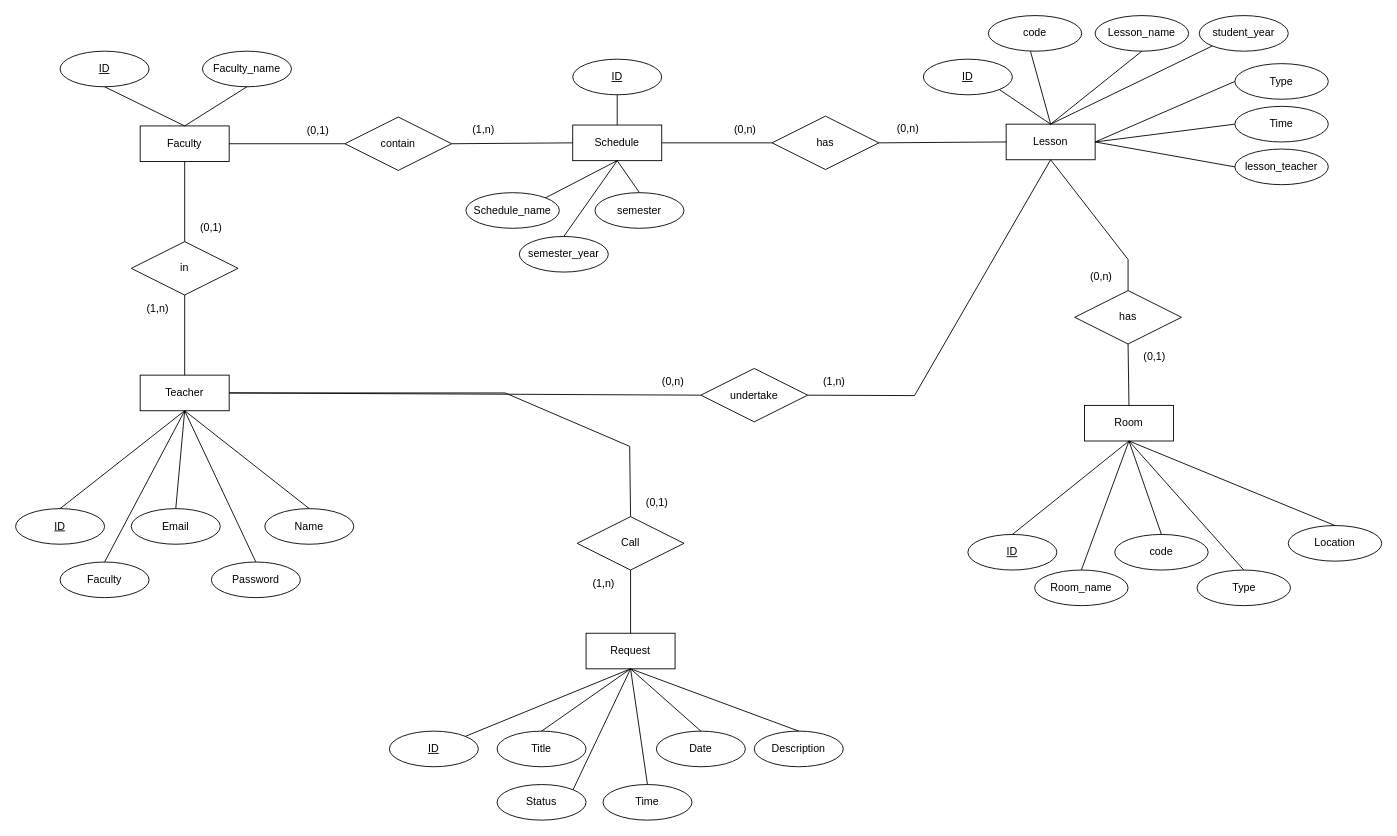
Before: schema/databaseSchema2.drawio in nhatnhighettoan/The-application-automatically-schedules-university-timetables, a draw.io diagram. Source tidied: cells renumbered, new cells numbered last; positions are measured from the earlier drawing's top-left corner, leaving out a move shared by most shapes. Both pictures are drawn from the tidied source at 89%, with x=0, y=0 at pixel (15, 15).
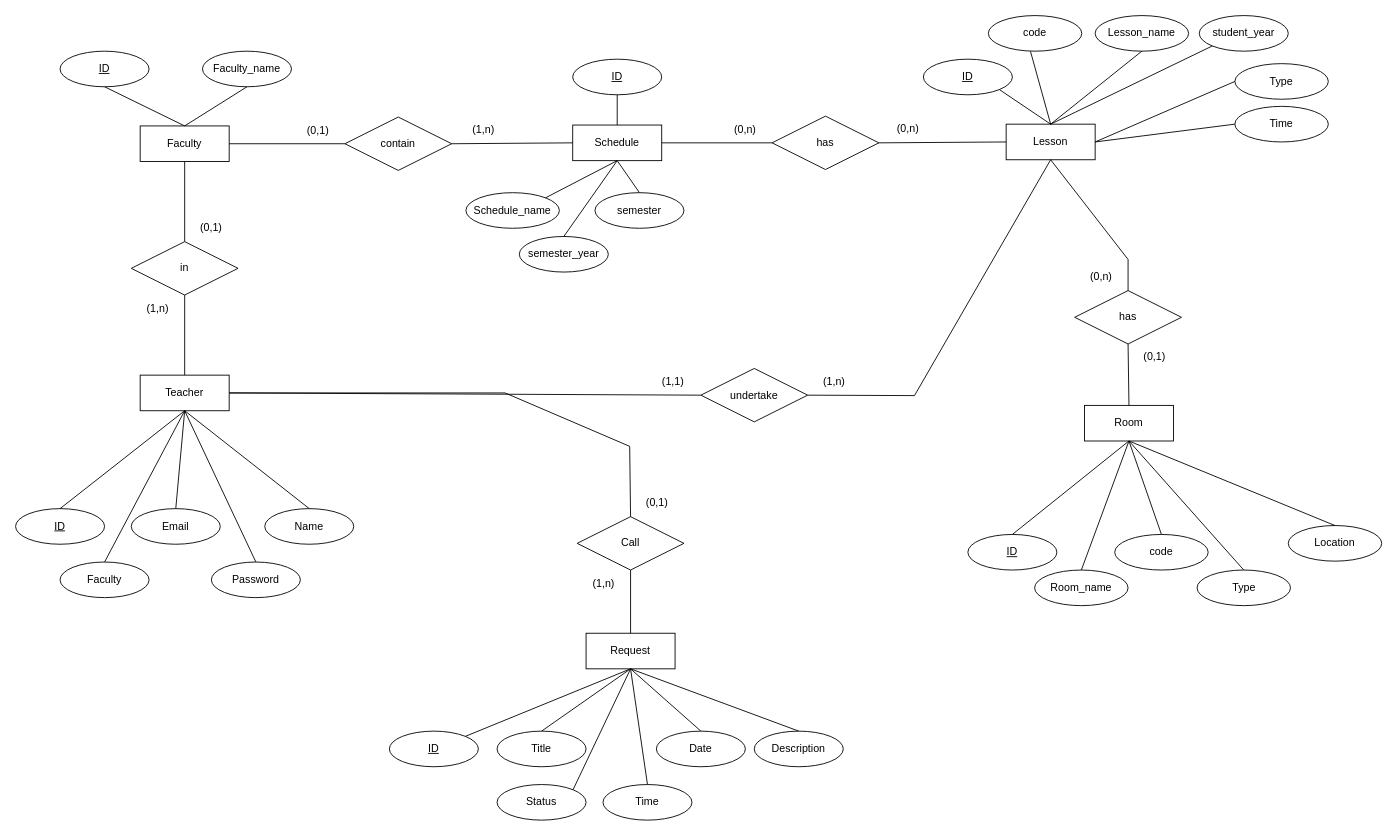
The same diagram, later.

Unchanged cells that the change refers to:
```xml
<mxCell id="5" value="Lesson" style="whiteSpace=wrap;html=1;align=center;" parent="1" vertex="1">
  <mxGeometry x="1113" y="122" width="100" height="40" as="geometry" />
</mxCell>
```

The edit, as a diff of the source:
```diff
@@
-    <mxCell id="26" value="(0,n)" style="text;html=1;align=center;verticalAlign=middle;whiteSpace=wrap;rounded=0;" parent="1" vertex="1">
+    <mxCell id="26" value="(1,1)" style="text;html=1;align=center;verticalAlign=middle;whiteSpace=wrap;rounded=0;" parent="1" vertex="1">
       <mxGeometry x="709" y="396.5" width="60" height="30" as="geometry" />
     </mxCell>
@@
-    <mxCell id="94" value="lesson_teacher" style="ellipse;whiteSpace=wrap;html=1;align=center;" parent="1" vertex="1">
-      <mxGeometry x="1370" y="150" width="105" height="40" as="geometry" />
-    </mxCell>
-    <mxCell id="95" style="endArrow=none;html=1;rounded=0;exitX=1;exitY=0.5;exitDx=0;exitDy=0;entryX=0;entryY=0.5;entryDx=0;entryDy=0;" parent="1" edge="1" source="5" target="94">
-      <mxGeometry relative="1" as="geometry" />
-    </mxCell>
```
